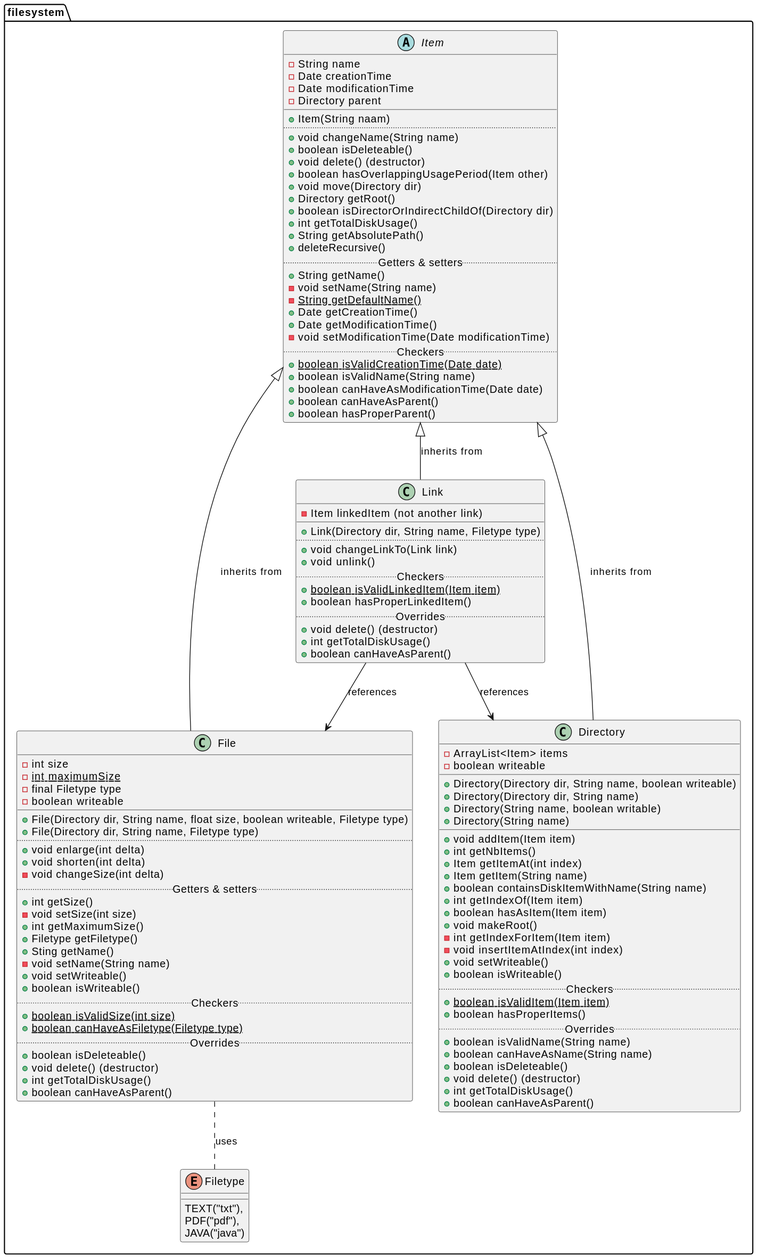
Above: class-diagram/classdiagram.svg in vanschependom/KULAK_ogp-practicum2 (PlantUML), before the change.
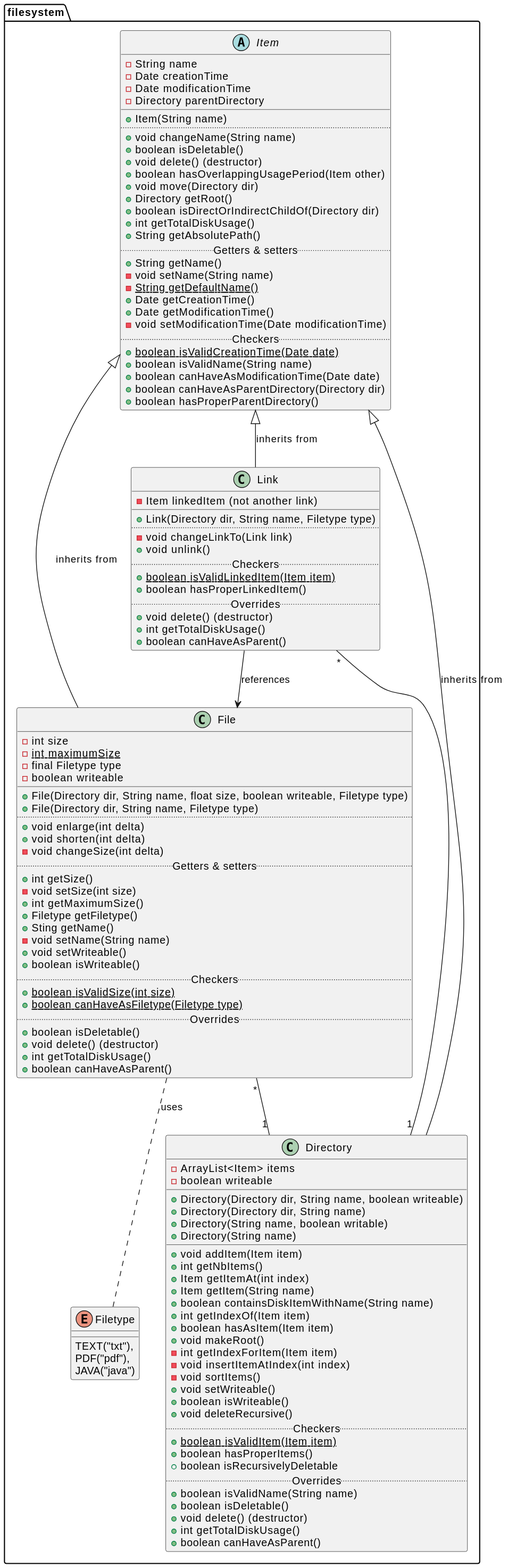
The same file after the commit.

Commit message:
Changed class diagram svg

The edit, as a diff of the source:
```diff
@@ -5,20 +5,19 @@
     - String name
     - Date creationTime
     - Date modificationTime
-    - Directory parent
+    - Directory parentDirectory
 __
-    + Item(String naam)
+    + Item(String name)
 ..
     + void changeName(String name)
-    + boolean isDeleteable()
+    + boolean isDeletable()
     + void delete() (destructor)
     + boolean hasOverlappingUsagePeriod(Item other)
     + void move(Directory dir)
     + Directory getRoot()
-    + boolean isDirectorOrIndirectChildOf(Directory dir)
+    + boolean isDirectOrIndirectChildOf(Directory dir)
     + int getTotalDiskUsage()
     + String getAbsolutePath()
-    + deleteRecursive()
 ..Getters & setters..
     + String getName()
     - void setName(String name)
@@ -30,8 +29,8 @@
     + {static} boolean isValidCreationTime(Date date)
     + boolean isValidName(String name)
     + boolean canHaveAsModificationTime(Date date)
-    + boolean canHaveAsParent()
-    + boolean hasProperParent()
+    + boolean canHaveAsParentDirectory(Directory dir)
+    + boolean hasProperParentDirectory()
 }
 
 class File {
@@ -59,7 +58,7 @@
     + {static} boolean isValidSize(int size)
     + {static} boolean canHaveAsFiletype(Filetype type)
 ..Overrides..
-    + boolean isDeleteable()
+    + boolean isDeletable()
     + void delete() (destructor)
     + int getTotalDiskUsage()
     + boolean canHaveAsParent()
@@ -90,15 +89,17 @@
     + void makeRoot()
     - int getIndexForItem(Item item)
     - void insertItemAtIndex(int index)
+    - void sortItems()
     + void setWriteable()
     + boolean isWriteable()
+    + void deleteRecursive()
 ..Checkers..
     + {static} boolean isValidItem(Item item)
     + boolean hasProperItems()
+    + boolean isRecursivelyDeletable
 .. Overrides ..
     + boolean isValidName(String name)
-    + boolean canHaveAsName(String name)
-    + boolean isDeleteable()
+    + boolean isDeletable()
     + void delete() (destructor)
     + int getTotalDiskUsage()
     + boolean canHaveAsParent()
@@ -109,7 +110,7 @@
 __
     + Link(Directory dir, String name, Filetype type)
 ..
-    + void changeLinkTo(Link link)
+    - void changeLinkTo(Link link)
     + void unlink()
 ..Checkers..
     + {static} boolean isValidLinkedItem(Item item)
@@ -127,7 +128,8 @@
 File .. Filetype: uses
 
 Link --> File: references
-Link --> Directory: references
+Link "*" -- "1" Directory
+File "*" -- "1" Directory
 
 }
 @enduml
```
